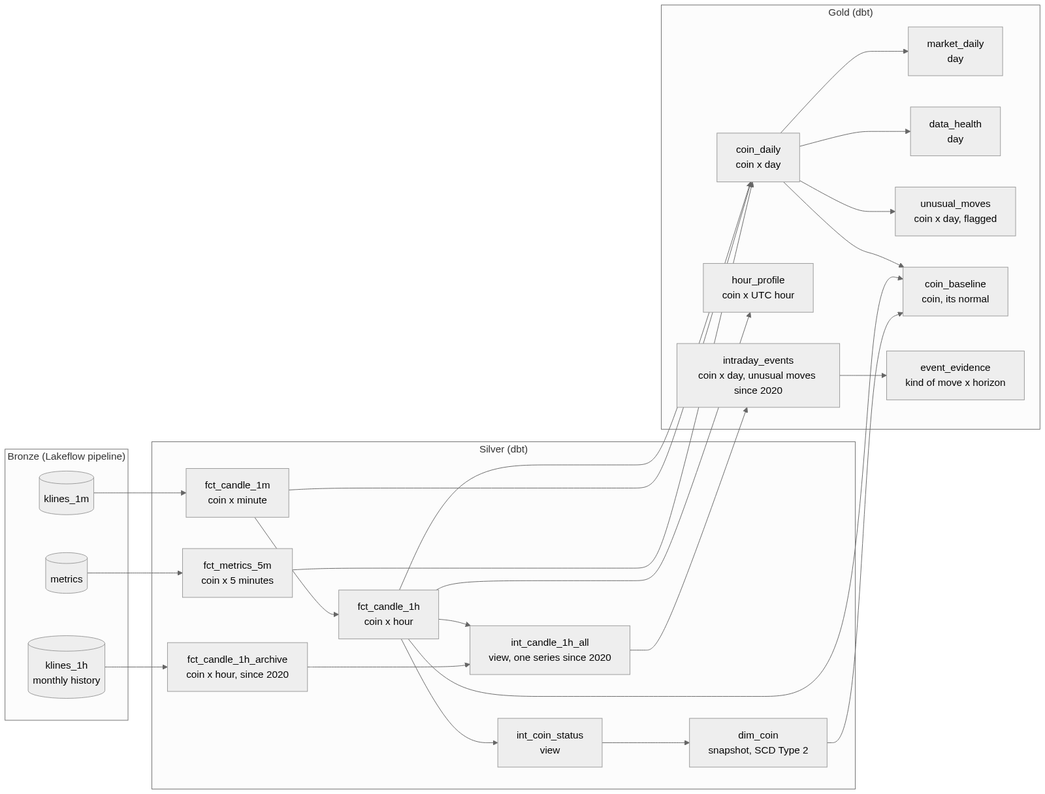
This is docs/images/diagrams/dbt-lineage.png from shivam65-sketch/medusa, a Mermaid export, as it was before one commit. Its source is kept beside it as docs/diagrams/dbt-lineage.mmd.
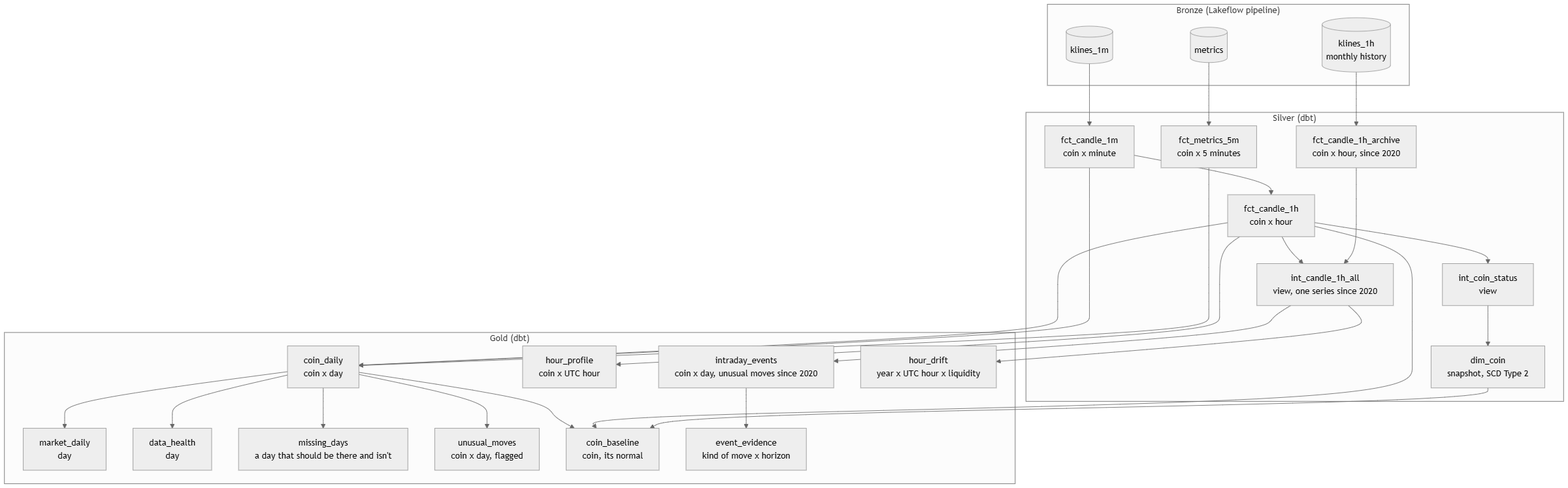
After the change.

Diff of the diagram source:
```diff
@@ -1,5 +1,5 @@
 %%{init: {"theme": "neutral"}}%%
-flowchart LR
+flowchart TB
   subgraph BRZ["Bronze (Lakeflow pipeline)"]
     bk[("klines_1m")]
     bm[("metrics")]
@@ -18,11 +18,13 @@
     cd["coin_daily<br>coin x day"]
     md["market_daily<br>day"]
     dh["data_health<br>day"]
+    ms["missing_days<br>a day that should be there and isn't"]
     um["unusual_moves<br>coin x day, flagged"]
     hp["hour_profile<br>coin x UTC hour"]
     cb["coin_baseline<br>coin, its normal"]
     ie["intraday_events<br>coin x day, unusual moves since 2020"]
     ee["event_evidence<br>kind of move x horizon"]
+    hd["hour_drift<br>year x UTC hour x liquidity"]
   end
   bk --> c1
   bm --> m5
@@ -36,9 +38,11 @@
   m5 --> cd
   cd --> md
   cd --> dh
+  cd --> ms
   cd --> um
   c1h --> hp
   cd --> cb
   c1h --> cb
   dc --> cb
   all --> ie --> ee
+  all --> hd
```
